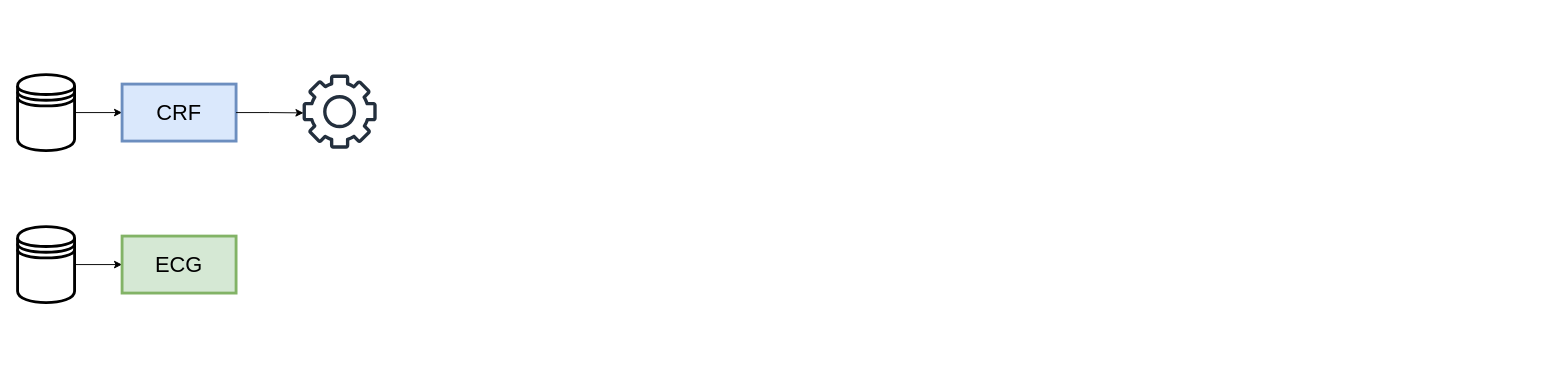
LukeBogdanovic/Synthetic-Data-Generation-For-Cardiovascular-Disease-Risk-Prediction keeps this draw.io diagram as images/Model_architectures/Overall_arch.drawio. Above is the earlier version. Source tidied: cells renumbered, new cells numbered last; positions are measured from the earlier drawing's top-left corner, leaving out a move shared by most shapes. Both pictures are drawn from the tidied source at 95%, with x=0, y=0 at pixel (17, 74).
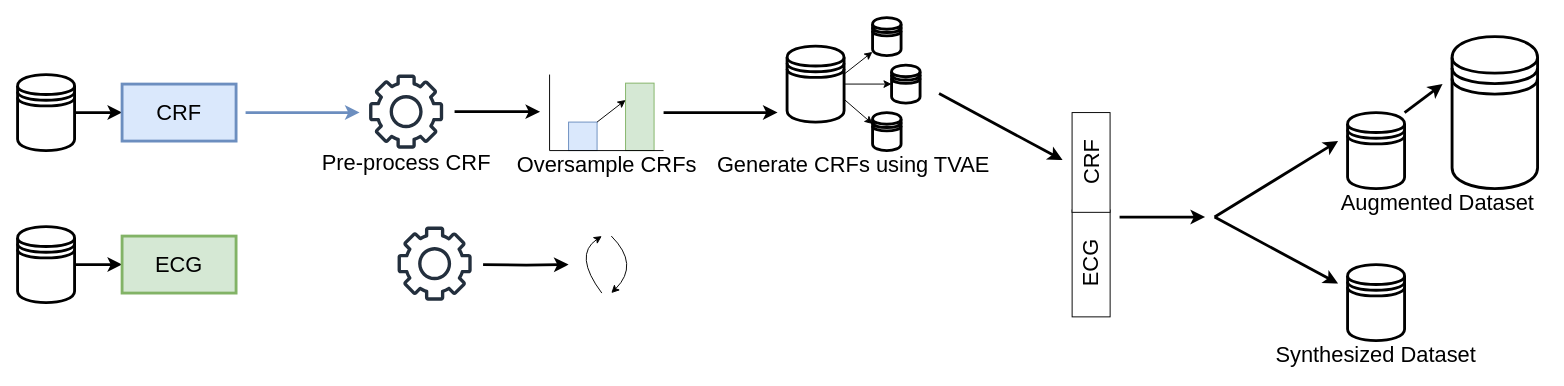
Above is the later version.

Unchanged cells that the change refers to:
```xml
<mxCell id="3" style="shape=datastore;whiteSpace=wrap;html=1;strokeWidth=3;" parent="1" vertex="1">
  <mxGeometry width="60" height="80" as="geometry" />
</mxCell>
<mxCell id="5" style="shape=datastore;whiteSpace=wrap;html=1;strokeWidth=3;" parent="1" vertex="1">
  <mxGeometry y="160" width="60" height="80" as="geometry" />
</mxCell>
<mxCell id="6" value="CRF" style="rounded=0;whiteSpace=wrap;html=1;fontSize=23;fillColor=#dae8fc;strokeColor=#6c8ebf;strokeWidth=3;" parent="1" vertex="1">
  <mxGeometry x="110" y="10" width="120" height="60" as="geometry" />
</mxCell>
<mxCell id="7" value="ECG" style="rounded=0;whiteSpace=wrap;html=1;fontSize=23;fillColor=#d5e8d4;strokeColor=#82b366;strokeWidth=3;" parent="1" vertex="1">
  <mxGeometry x="110" y="170" width="120" height="60" as="geometry" />
</mxCell>
```

The edit, as a diff of the source:
```diff
@@
-    <mxCell id="2" style="edgeStyle=orthogonalEdgeStyle;rounded=0;jettySize=auto;html=1;entryX=0;entryY=0.5;entryDx=0;entryDy=0;" parent="1" edge="1" source="3" target="6">
+    <mxCell id="2" style="edgeStyle=orthogonalEdgeStyle;rounded=0;jettySize=auto;html=1;entryX=0;entryY=0.5;entryDx=0;entryDy=0;strokeWidth=3;" parent="1" edge="1" source="3" target="6">
       <mxGeometry relative="1" as="geometry" />
     </mxCell>
@@
-    <mxCell id="4" style="edgeStyle=orthogonalEdgeStyle;rounded=0;jettySize=auto;html=1;entryX=0;entryY=0.5;entryDx=0;entryDy=0;" parent="1" edge="1" source="5" target="7">
+    <mxCell id="4" style="edgeStyle=orthogonalEdgeStyle;rounded=0;jettySize=auto;html=1;entryX=0;entryY=0.5;entryDx=0;entryDy=0;strokeWidth=3;" parent="1" edge="1" source="5" target="7">
       <mxGeometry relative="1" as="geometry" />
     </mxCell>
@@
+    <mxCell id="10" style="edgeStyle=orthogonalEdgeStyle;rounded=0;orthogonalLoop=1;jettySize=auto;html=1;strokeWidth=3;" parent="1" edge="1">
+      <mxGeometry relative="1" as="geometry">
+        <mxPoint x="460" y="39" as="sourcePoint" />
+        <mxPoint x="550" y="39" as="targetPoint" />
+      </mxGeometry>
+    </mxCell>
     <mxCell id="8" style="sketch=0;outlineConnect=0;fontColor=#232F3E;gradientColor=none;fillColor=#232F3D;strokeColor=none;dashed=0;verticalLabelPosition=bottom;verticalAlign=top;align=center;html=1;fontSize=12;fontStyle=0;shape=mxgraph.aws4.gear;" parent="1" vertex="1">
-      <mxGeometry x="300" width="78" height="78" as="geometry" />
+      <mxGeometry x="370" width="78" height="78" as="geometry" />
     </mxCell>
-    <mxCell id="9" style="edgeStyle=orthogonalEdgeStyle;rounded=0;jettySize=auto;html=1;entryX=0.013;entryY=0.517;entryDx=0;entryDy=0;entryPerimeter=0;" parent="1" edge="1" source="6" target="8">
-      <mxGeometry relative="1" as="geometry" />
+    <mxCell id="9" style="edgeStyle=orthogonalEdgeStyle;rounded=0;orthogonalLoop=1;jettySize=auto;html=1;fillColor=#dae8fc;strokeColor=#6c8ebf;strokeWidth=3;" parent="1" edge="1">
+      <mxGeometry relative="1" as="geometry">
+        <mxPoint x="240" y="40" as="sourcePoint" />
+        <mxPoint x="360" y="40" as="targetPoint" />
+      </mxGeometry>
     </mxCell>
+    <mxCell id="11" style="edgeStyle=orthogonalEdgeStyle;rounded=0;jettySize=auto;html=1;entryX=0;entryY=0.5;entryDx=0;entryDy=0;strokeWidth=3;" parent="1" edge="1" target="29">
+      <mxGeometry relative="1" as="geometry">
+        <mxPoint x="490" y="200" as="sourcePoint" />
+      </mxGeometry>
+    </mxCell>
+    <mxCell id="12" style="sketch=0;fontColor=#232F3E;gradientColor=none;fillColor=#232F3D;strokeColor=none;dashed=0;verticalLabelPosition=bottom;verticalAlign=top;align=center;html=1;fontSize=12;fontStyle=0;shape=mxgraph.aws4.gear;" parent="1" vertex="1">
+      <mxGeometry x="400" y="160" width="78" height="78" as="geometry" />
+    </mxCell>
+    <mxCell id="13" style="group;" parent="1" vertex="1">
+      <mxGeometry x="560" width="120" height="80" as="geometry" />
+    </mxCell>
+    <mxCell id="14" style="endArrow=none;html=1;rounded=0;" parent="13" edge="1">
+      <mxGeometry relative="1" as="geometry">
+        <mxPoint y="80" as="sourcePoint" />
+        <mxPoint as="targetPoint" />
+      </mxGeometry>
+    </mxCell>
+    <mxCell id="15" style="rounded=0;whiteSpace=wrap;html=1;fillColor=#d5e8d4;strokeColor=#82b366;" parent="13" vertex="1">
+      <mxGeometry x="80" y="9" width="30" height="71" as="geometry" />
+    </mxCell>
+    <mxCell id="16" style="rounded=0;whiteSpace=wrap;html=1;fillColor=#dae8fc;strokeColor=#6c8ebf;" parent="13" vertex="1">
+      <mxGeometry x="20" y="50" width="30" height="30" as="geometry" />
+    </mxCell>
+    <mxCell id="17" style="endArrow=none;html=1;rounded=0;" parent="13" edge="1">
+      <mxGeometry relative="1" as="geometry">
+        <mxPoint y="80" as="sourcePoint" />
+        <mxPoint x="120" y="80" as="targetPoint" />
+      </mxGeometry>
+    </mxCell>
+    <mxCell id="18" style="endArrow=classic;html=1;rounded=0;entryX=0;entryY=0.25;entryDx=0;entryDy=0;" parent="13" edge="1" target="15">
+      <mxGeometry relative="1" as="geometry">
+        <mxPoint x="50" y="50" as="sourcePoint" />
+      </mxGeometry>
+    </mxCell>
+    <mxCell id="19" value="&lt;font style=&quot;font-size: 23px;&quot;&gt;Pre-process CRF&lt;/font&gt;" style="text;html=1;whiteSpace=wrap;strokeColor=none;fillColor=none;align=center;verticalAlign=middle;rounded=0;" parent="1" vertex="1">
+      <mxGeometry x="310.8" y="78" width="196.5" height="30" as="geometry" />
+    </mxCell>
+    <mxCell id="20" style="group;" parent="1" vertex="1">
+      <mxGeometry x="810" y="-60" width="140" height="140" as="geometry" />
+    </mxCell>
+    <mxCell id="21" style="shape=datastore;whiteSpace=wrap;html=1;strokeWidth=3;" parent="20" vertex="1">
+      <mxGeometry y="30" width="60" height="80" as="geometry" />
+    </mxCell>
+    <mxCell id="22" style="shape=datastore;whiteSpace=wrap;html=1;strokeWidth=3;" parent="20" vertex="1">
+      <mxGeometry x="90" width="30" height="40" as="geometry" />
+    </mxCell>
+    <mxCell id="23" style="shape=datastore;whiteSpace=wrap;html=1;strokeWidth=3;" parent="20" vertex="1">
+      <mxGeometry x="110" y="50" width="30" height="40" as="geometry" />
+    </mxCell>
+    <mxCell id="24" style="shape=datastore;whiteSpace=wrap;html=1;strokeWidth=3;" parent="20" vertex="1">
+      <mxGeometry x="90" y="100" width="30" height="40" as="geometry" />
+    </mxCell>
+    <mxCell id="25" style="endArrow=classic;html=1;rounded=0;entryX=-0.006;entryY=0.904;entryDx=0;entryDy=0;entryPerimeter=0;exitX=1.013;exitY=0.362;exitDx=0;exitDy=0;exitPerimeter=0;" parent="20" edge="1" source="21" target="22">
+      <mxGeometry relative="1" as="geometry" />
+    </mxCell>
+    <mxCell id="26" style="endArrow=classic;html=1;rounded=0;exitX=1;exitY=0.5;exitDx=0;exitDy=0;entryX=0;entryY=0.5;entryDx=0;entryDy=0;" parent="20" edge="1" source="21" target="23">
+      <mxGeometry relative="1" as="geometry" />
+    </mxCell>
+    <mxCell id="27" style="endArrow=classic;html=1;rounded=0;exitX=1;exitY=0.7;exitDx=0;exitDy=0;entryX=0;entryY=0.3;entryDx=0;entryDy=0;" parent="20" edge="1" source="21" target="24">
+      <mxGeometry relative="1" as="geometry" />
+    </mxCell>
+    <mxCell id="28" style="group;" parent="1" vertex="1">
+      <mxGeometry x="580" y="160" width="80" height="80" as="geometry" />
+    </mxCell>
+    <mxCell id="29" style="whiteSpace=wrap;html=1;strokeColor=none;fillColor=none;" parent="28" vertex="1">
+      <mxGeometry width="80" height="80" as="geometry" />
+    </mxCell>
+    <mxCell id="30" style="curved=1;endArrow=classic;html=1;rounded=0;" parent="28" edge="1">
+      <mxGeometry relative="1" as="geometry">
+        <mxPoint x="35" y="70" as="sourcePoint" />
+        <mxPoint x="35" y="10" as="targetPoint" />
+        <Array as="points">
+          <mxPoint x="5" y="30" />
+        </Array>
+      </mxGeometry>
+    </mxCell>
+    <mxCell id="31" style="curved=1;endArrow=classic;html=1;rounded=0;" parent="28" edge="1">
+      <mxGeometry relative="1" as="geometry">
+        <mxPoint x="45" y="10" as="sourcePoint" />
+        <mxPoint x="45" y="70" as="targetPoint" />
+        <Array as="points">
+          <mxPoint x="75" y="40" />
+        </Array>
+      </mxGeometry>
+    </mxCell>
+    <mxCell id="32" value="&lt;font style=&quot;font-size: 23px;&quot;&gt;Oversample CRFs&lt;/font&gt;" style="text;html=1;whiteSpace=wrap;strokeColor=none;fillColor=none;align=center;verticalAlign=middle;rounded=0;" parent="1" vertex="1">
+      <mxGeometry x="521.8" y="80" width="196.5" height="30" as="geometry" />
+    </mxCell>
+    <mxCell id="33" value="&lt;font style=&quot;font-size: 23px;&quot;&gt;Generate CRFs using TVAE&lt;/font&gt;" style="text;html=1;whiteSpace=wrap;strokeColor=none;fillColor=none;align=center;verticalAlign=middle;rounded=0;" parent="1" vertex="1">
+      <mxGeometry x="730.9" y="80" width="298.2" height="30" as="geometry" />
+    </mxCell>
+    <mxCell id="34" style="endArrow=classic;html=1;rounded=0;strokeWidth=3;" parent="1" edge="1">
+      <mxGeometry relative="1" as="geometry">
+        <mxPoint x="680" y="40" as="sourcePoint" />
+        <mxPoint x="800" y="40" as="targetPoint" />
+      </mxGeometry>
+    </mxCell>
+    <mxCell id="35" style="group;" parent="1" vertex="1">
+      <mxGeometry x="1110" y="40" width="40" height="215" as="geometry" />
+    </mxCell>
+    <mxCell id="36" value="&lt;font style=&quot;font-size: 23px;&quot;&gt;ECG&lt;/font&gt;" style="rounded=0;whiteSpace=wrap;html=1;rotation=-90;" parent="35" vertex="1">
+      <mxGeometry x="-36.2" y="138.8" width="112.5" height="40" as="geometry" />
+    </mxCell>
+    <mxCell id="37" value="&lt;font style=&quot;font-size: 23px;&quot;&gt;CRF&lt;/font&gt;" style="rounded=0;whiteSpace=wrap;html=1;rotation=-90;" parent="35" vertex="1">
+      <mxGeometry x="-32.5" y="32.5" width="105" height="40" as="geometry" />
+    </mxCell>
+    <mxCell id="38" style="endArrow=classic;html=1;rounded=0;strokeWidth=3;" parent="1" edge="1">
+      <mxGeometry relative="1" as="geometry">
+        <mxPoint x="970" y="20" as="sourcePoint" />
+        <mxPoint x="1100" y="90" as="targetPoint" />
+      </mxGeometry>
+    </mxCell>
+    <mxCell id="39" style="endArrow=classic;html=1;rounded=0;strokeWidth=3;" parent="1" edge="1">
+      <mxGeometry relative="1" as="geometry">
+        <mxPoint x="1160" y="150" as="sourcePoint" />
+        <mxPoint x="1250" y="150" as="targetPoint" />
+      </mxGeometry>
+    </mxCell>
+    <mxCell id="40" style="endArrow=classic;html=1;rounded=0;strokeWidth=3;" parent="1" edge="1">
+      <mxGeometry relative="1" as="geometry">
+        <mxPoint x="1260" y="150" as="sourcePoint" />
+        <mxPoint x="1390" y="70" as="targetPoint" />
+      </mxGeometry>
+    </mxCell>
+    <mxCell id="41" style="endArrow=classic;html=1;rounded=0;strokeWidth=3;" parent="1" edge="1">
+      <mxGeometry relative="1" as="geometry">
+        <mxPoint x="1260" y="150" as="sourcePoint" />
+        <mxPoint x="1390" y="220" as="targetPoint" />
+      </mxGeometry>
+    </mxCell>
+    <mxCell id="42" style="shape=datastore;whiteSpace=wrap;html=1;strokeWidth=3;" parent="1" vertex="1">
+      <mxGeometry x="1400" y="200" width="60" height="80" as="geometry" />
+    </mxCell>
+    <mxCell id="43" style="shape=datastore;whiteSpace=wrap;html=1;strokeWidth=3;" parent="1" vertex="1">
+      <mxGeometry x="1400" y="40" width="60" height="80" as="geometry" />
+    </mxCell>
+    <mxCell id="44" style="shape=datastore;whiteSpace=wrap;html=1;strokeWidth=3;" parent="1" vertex="1">
+      <mxGeometry x="1510" y="-40" width="90" height="160" as="geometry" />
+    </mxCell>
+    <mxCell id="45" style="endArrow=classic;html=1;rounded=0;strokeWidth=3;" parent="1" edge="1">
+      <mxGeometry relative="1" as="geometry">
+        <mxPoint x="1460" y="40" as="sourcePoint" />
+        <mxPoint x="1500" y="10" as="targetPoint" />
+      </mxGeometry>
+    </mxCell>
+    <mxCell id="46" value="Synthesized Dataset" style="text;html=1;whiteSpace=wrap;strokeColor=none;fillColor=none;align=center;verticalAlign=middle;rounded=0;fontSize=23;" parent="1" vertex="1">
+      <mxGeometry x="1315" y="280" width="230" height="30" as="geometry" />
+    </mxCell>
+    <mxCell id="47" value="Augmented Dataset" style="text;html=1;whiteSpace=wrap;strokeColor=none;fillColor=none;align=center;verticalAlign=middle;rounded=0;fontSize=23;" parent="1" vertex="1">
+      <mxGeometry x="1380" y="120" width="230" height="30" as="geometry" />
+    </mxCell>
```
